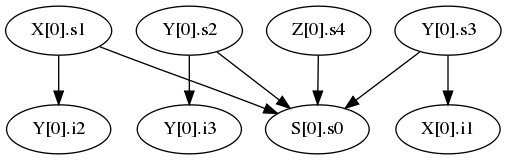
Before: src/out_graph/dp_graph_1.dot.png, a diagram exported from Graphviz (gerakilmurray/genevalmag). Its source is kept beside it as src/out_graph/dp_graph_1.dot.
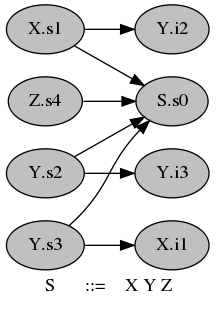
The same file after the commit.

Change to the diagram source:
```diff
@@ -1,12 +1,16 @@
 digraph G {
-0[label="S[0].s0"];
-1[label="X[0].s1"];
-2[label="Y[0].s2"];
-3[label="Y[0].s3"];
-4[label="Z[0].s4"];
-5[label="X[0].i1"];
-6[label="Y[0].i2"];
-7[label="Y[0].i3"];
+graph [
+label="S	::=	X Y Z", rankdir="LR", ratio="compress"];
+node [
+color="black", fillcolor="gray", shape="ellipse", style="filled"];
+0[label="S.s0"];
+1[label="X.s1"];
+2[label="Y.s2"];
+3[label="Y.s3"];
+4[label="Z.s4"];
+5[label="X.i1"];
+6[label="Y.i2"];
+7[label="Y.i3"];
 1->0 ;
 1->6 ;
 2->0 ;
```
